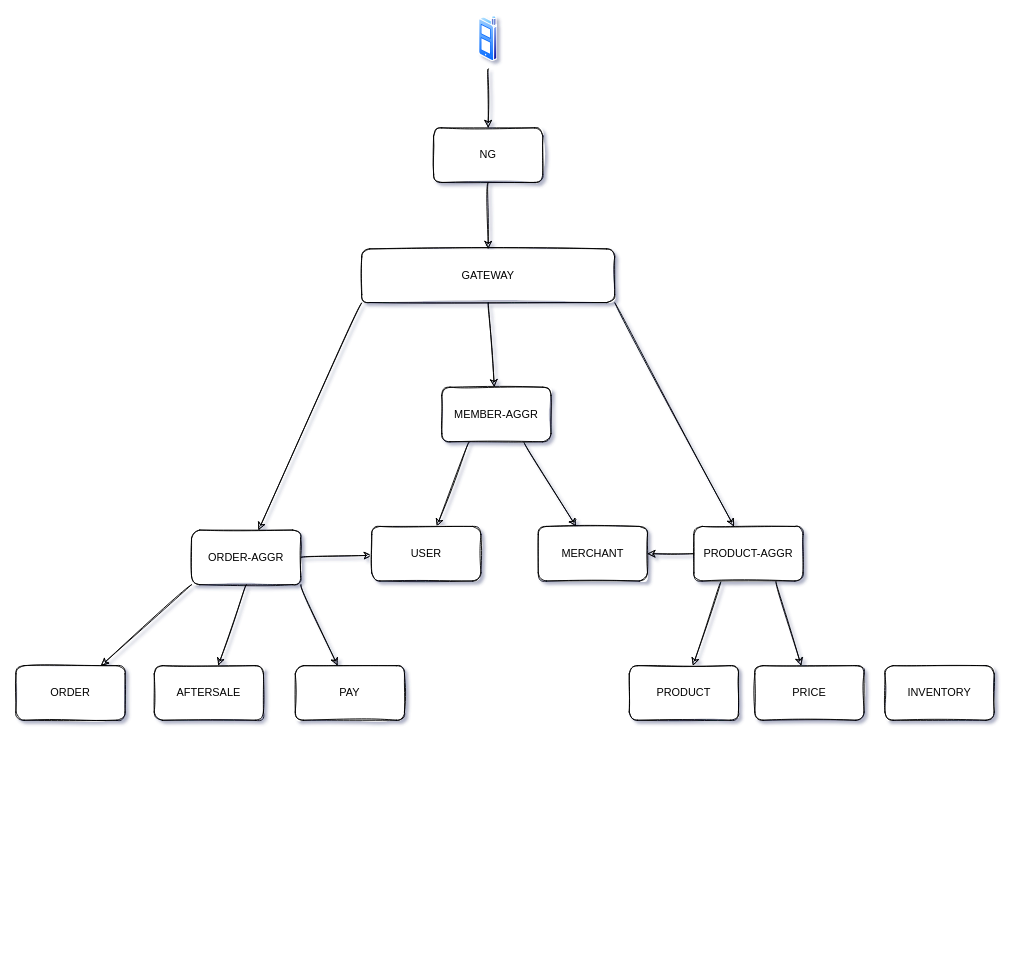
Above: 基础应用结构.drawio in mingtian110/pc_home (draw.io), before the change. Source tidied: cells renumbered, new cells numbered last; positions are measured from the earlier drawing's top-left corner, leaving out a move shared by most shapes. Both pictures are drawn from the tidied source at 91%, with x=0, y=0 at pixel (15, 15).
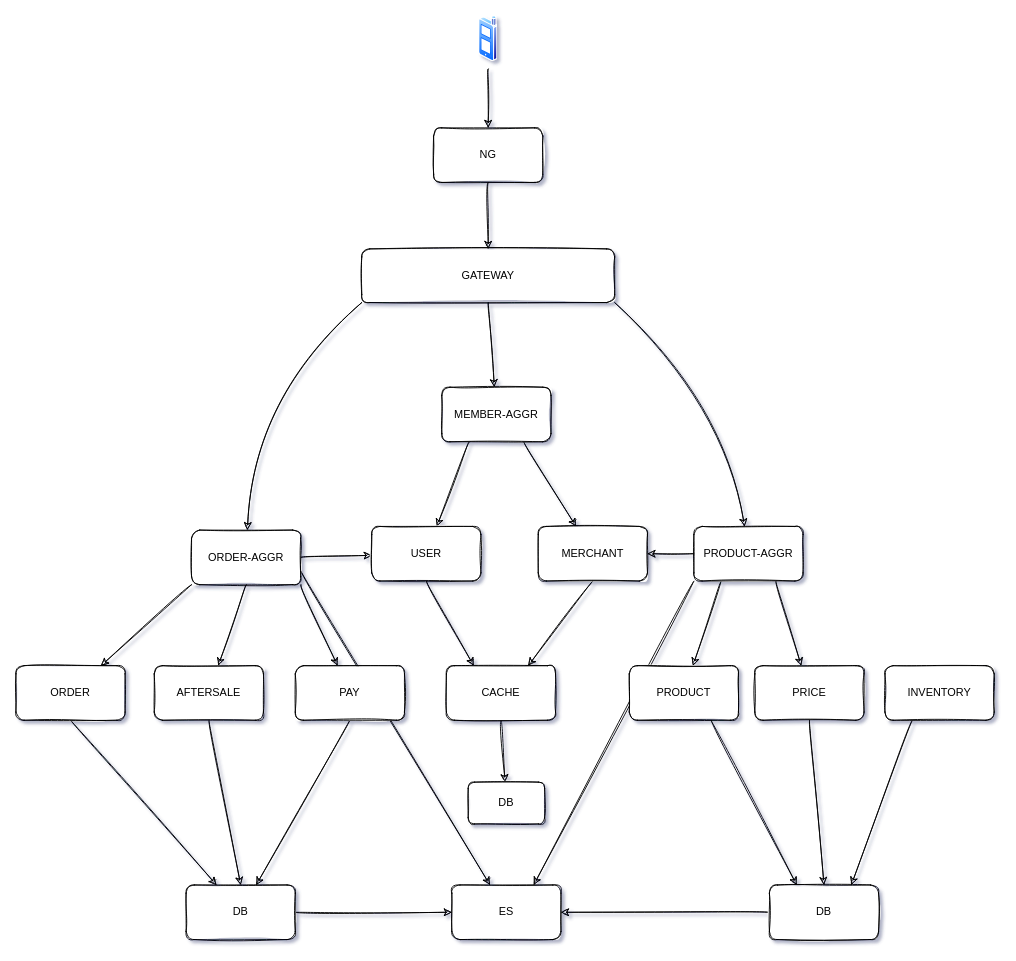
The same page after the edit.

Commit message (it also covers changes not shown here):
更新基础应用结构.drawio

Unchanged cells that the change refers to:
```xml
<mxCell id="7" value="GATEWAY" style="rounded=1;whiteSpace=wrap;html=1;sketch=1;" parent="1" vertex="1">
  <mxGeometry x="380" y="256" width="278" height="59" as="geometry" />
</mxCell>
<mxCell id="12" value="ORDER-AGGR" style="rounded=1;whiteSpace=wrap;html=1;sketch=1;" parent="1" vertex="1">
  <mxGeometry x="193" y="565" width="120" height="60" as="geometry" />
</mxCell>
<mxCell id="19" value="PRODUCT-AGGR" style="rounded=1;whiteSpace=wrap;html=1;sketch=1;" parent="1" vertex="1">
  <mxGeometry x="745" y="561" width="120" height="60" as="geometry" />
</mxCell>
<mxCell id="20" value="ORDER" style="rounded=1;whiteSpace=wrap;html=1;sketch=1;" parent="1" vertex="1">
  <mxGeometry y="714" width="120" height="60" as="geometry" />
</mxCell>
<mxCell id="21" value="AFTERSALE" style="rounded=1;whiteSpace=wrap;html=1;sketch=1;" parent="1" vertex="1">
  <mxGeometry x="152" y="714" width="120" height="60" as="geometry" />
</mxCell>
<mxCell id="22" value="USER" style="rounded=1;whiteSpace=wrap;html=1;sketch=1;" parent="1" vertex="1">
  <mxGeometry x="391" y="561" width="120" height="60" as="geometry" />
</mxCell>
<mxCell id="23" value="MERCHANT" style="rounded=1;whiteSpace=wrap;html=1;sketch=1;" parent="1" vertex="1">
  <mxGeometry x="574" y="561" width="120" height="60" as="geometry" />
</mxCell>
<mxCell id="24" value="PRODUCT" style="rounded=1;whiteSpace=wrap;html=1;sketch=1;" parent="1" vertex="1">
  <mxGeometry x="674" y="714" width="120" height="60" as="geometry" />
</mxCell>
<mxCell id="25" value="PRICE" style="rounded=1;whiteSpace=wrap;html=1;sketch=1;" parent="1" vertex="1">
  <mxGeometry x="812" y="714" width="120" height="60" as="geometry" />
</mxCell>
<mxCell id="26" value="INVENTORY" style="rounded=1;whiteSpace=wrap;html=1;sketch=1;" parent="1" vertex="1">
  <mxGeometry x="955" y="714" width="120" height="60" as="geometry" />
</mxCell>
<mxCell id="27" value="PAY" style="rounded=1;whiteSpace=wrap;html=1;sketch=1;" parent="1" vertex="1">
  <mxGeometry x="307" y="714" width="120" height="60" as="geometry" />
</mxCell>
```

Diff of the diagram source:
```diff
@@
     <mxCell id="5" style="edgeStyle=none;curved=1;jettySize=auto;html=1;exitX=0;exitY=1;exitDx=0;exitDy=0;sketch=1;" parent="1" edge="1" source="7" target="12">
-      <mxGeometry relative="1" as="geometry" />
+      <mxGeometry relative="1" as="geometry">
+        <Array as="points">
+          <mxPoint x="261" y="422" />
+        </Array>
+      </mxGeometry>
     </mxCell>
     <mxCell id="6" style="edgeStyle=none;curved=1;jettySize=auto;html=1;exitX=1;exitY=1;exitDx=0;exitDy=0;sketch=1;" parent="1" edge="1" source="7" target="19">
-      <mxGeometry relative="1" as="geometry" />
+      <mxGeometry relative="1" as="geometry">
+        <Array as="points">
+          <mxPoint x="781" y="428" />
+        </Array>
+      </mxGeometry>
     </mxCell>
@@
+    <mxCell id="30" style="edgeStyle=none;curved=1;sketch=1;jettySize=auto;html=1;exitX=1;exitY=0.75;exitDx=0;exitDy=0;" parent="1" edge="1" source="12" target="40">
+      <mxGeometry relative="1" as="geometry" />
+    </mxCell>
@@
+    <mxCell id="31" style="edgeStyle=none;curved=1;sketch=1;jettySize=auto;html=1;exitX=0;exitY=1;exitDx=0;exitDy=0;entryX=0.75;entryY=0;entryDx=0;entryDy=0;" parent="1" edge="1" source="19" target="40">
+      <mxGeometry relative="1" as="geometry" />
+    </mxCell>
@@
+    <mxCell id="32" style="edgeStyle=none;curved=1;sketch=1;jettySize=auto;html=1;exitX=0.5;exitY=1;exitDx=0;exitDy=0;" parent="1" edge="1" source="20" target="42">
+      <mxGeometry relative="1" as="geometry" />
+    </mxCell>
@@
+    <mxCell id="33" style="edgeStyle=none;curved=1;sketch=1;jettySize=auto;html=1;exitX=0.5;exitY=1;exitDx=0;exitDy=0;entryX=0.5;entryY=0;entryDx=0;entryDy=0;" parent="1" edge="1" source="21" target="42">
+      <mxGeometry relative="1" as="geometry" />
+    </mxCell>
@@
+    <mxCell id="34" style="edgeStyle=none;curved=1;sketch=1;jettySize=auto;html=1;exitX=0.5;exitY=1;exitDx=0;exitDy=0;entryX=0.25;entryY=0;entryDx=0;entryDy=0;" parent="1" edge="1" source="22" target="46">
+      <mxGeometry relative="1" as="geometry" />
+    </mxCell>
@@
+    <mxCell id="35" style="edgeStyle=none;curved=1;sketch=1;jettySize=auto;html=1;exitX=0.5;exitY=1;exitDx=0;exitDy=0;entryX=0.75;entryY=0;entryDx=0;entryDy=0;" parent="1" edge="1" source="23" target="46">
+      <mxGeometry relative="1" as="geometry" />
+    </mxCell>
@@
+    <mxCell id="36" style="edgeStyle=none;curved=1;sketch=1;jettySize=auto;html=1;exitX=0.75;exitY=1;exitDx=0;exitDy=0;entryX=0.25;entryY=0;entryDx=0;entryDy=0;" parent="1" edge="1" source="24" target="44">
+      <mxGeometry relative="1" as="geometry" />
+    </mxCell>
@@
+    <mxCell id="37" style="edgeStyle=none;curved=1;sketch=1;jettySize=auto;html=1;exitX=0.5;exitY=1;exitDx=0;exitDy=0;entryX=0.5;entryY=0;entryDx=0;entryDy=0;" parent="1" edge="1" source="25" target="44">
+      <mxGeometry relative="1" as="geometry" />
+    </mxCell>
@@
+    <mxCell id="38" style="edgeStyle=none;curved=1;sketch=1;jettySize=auto;html=1;exitX=0.25;exitY=1;exitDx=0;exitDy=0;entryX=0.75;entryY=0;entryDx=0;entryDy=0;" parent="1" edge="1" source="26" target="44">
+      <mxGeometry relative="1" as="geometry" />
+    </mxCell>
@@
+    <mxCell id="39" style="edgeStyle=none;curved=1;sketch=1;jettySize=auto;html=1;exitX=0.5;exitY=1;exitDx=0;exitDy=0;" parent="1" edge="1" source="27" target="42">
+      <mxGeometry relative="1" as="geometry" />
+    </mxCell>
@@
+    <mxCell id="40" value="ES" style="rounded=1;whiteSpace=wrap;html=1;sketch=1;" parent="1" vertex="1">
+      <mxGeometry x="479" y="955" width="120" height="60" as="geometry" />
+    </mxCell>
+    <mxCell id="41" style="edgeStyle=none;curved=1;sketch=1;jettySize=auto;html=1;exitX=1;exitY=0.5;exitDx=0;exitDy=0;" parent="1" edge="1" source="42" target="40">
+      <mxGeometry relative="1" as="geometry" />
+    </mxCell>
+    <mxCell id="42" value="DB" style="rounded=1;whiteSpace=wrap;html=1;sketch=1;" parent="1" vertex="1">
+      <mxGeometry x="187" y="955" width="120" height="60" as="geometry" />
+    </mxCell>
+    <mxCell id="43" style="edgeStyle=none;curved=1;sketch=1;jettySize=auto;html=1;exitX=0;exitY=0.5;exitDx=0;exitDy=0;" parent="1" edge="1" source="44" target="40">
+      <mxGeometry relative="1" as="geometry" />
+    </mxCell>
+    <mxCell id="44" value="DB" style="rounded=1;whiteSpace=wrap;html=1;sketch=1;" parent="1" vertex="1">
+      <mxGeometry x="828" y="955" width="120" height="60" as="geometry" />
+    </mxCell>
+    <mxCell id="45" style="edgeStyle=none;curved=1;sketch=1;jettySize=auto;html=1;exitX=0.5;exitY=1;exitDx=0;exitDy=0;" parent="1" edge="1" source="46" target="47">
+      <mxGeometry relative="1" as="geometry" />
+    </mxCell>
+    <mxCell id="46" value="CACHE" style="rounded=1;whiteSpace=wrap;html=1;sketch=1;" parent="1" vertex="1">
+      <mxGeometry x="473" y="714" width="120" height="60" as="geometry" />
+    </mxCell>
+    <mxCell id="47" value="DB" style="rounded=1;whiteSpace=wrap;html=1;sketch=1;" parent="1" vertex="1">
+      <mxGeometry x="497" y="842" width="84" height="46" as="geometry" />
+    </mxCell>
```
